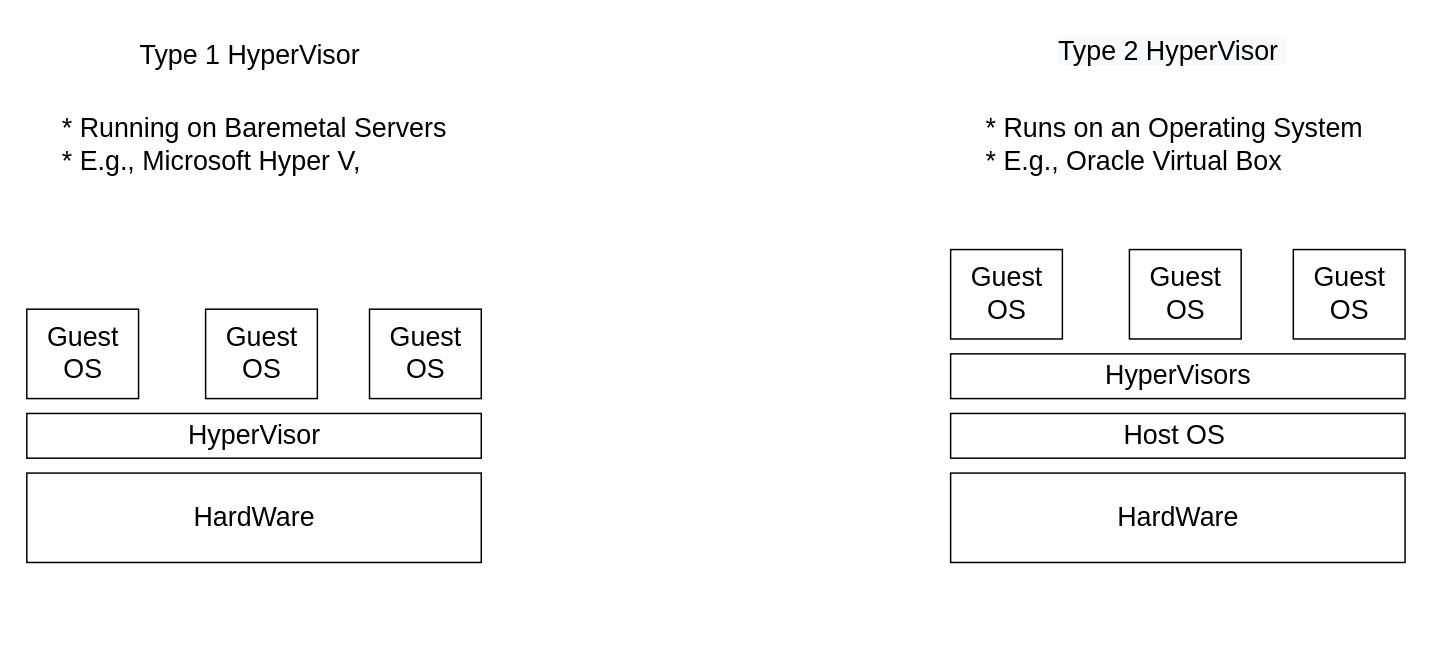
Before: Untitled Diagram.drawio in ashutosh-roy/Digrams-Draw.io, a draw.io diagram. Source tidied: cells renumbered, new cells numbered last; positions are measured from the earlier drawing's top-left corner, leaving out a move shared by most shapes. Both pictures are drawn from the tidied source at 149%, with x=0, y=0 at pixel (25, 25).
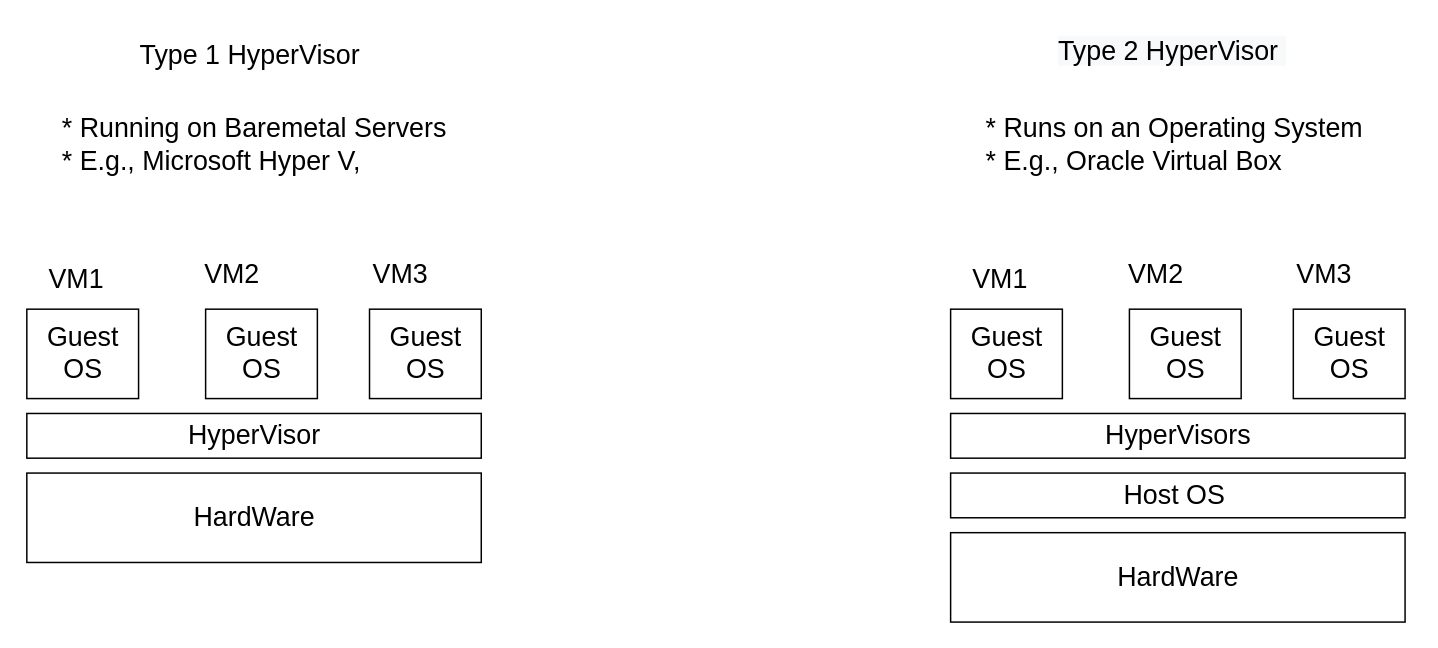
The same page after the edit.

Diff of the diagram source:
```diff
@@
     <mxCell id="2" value="&lt;font style=&quot;font-size: 18px;&quot;&gt;HardWare&lt;/font&gt;" style="rounded=0;whiteSpace=wrap;html=1;" parent="1" vertex="1">
-      <mxGeometry x="620.5" y="300" width="305" height="60" as="geometry" />
+      <mxGeometry x="620.5" y="340" width="305" height="60" as="geometry" />
     </mxCell>
@@
     <mxCell id="5" value="Host OS&amp;nbsp;" style="rounded=0;whiteSpace=wrap;html=1;fontSize=18;" parent="1" vertex="1">
-      <mxGeometry x="620.5" y="260" width="305" height="30" as="geometry" />
+      <mxGeometry x="620.5" y="300" width="305" height="30" as="geometry" />
     </mxCell>
     <mxCell id="6" value="HyperVisors" style="rounded=0;whiteSpace=wrap;html=1;fontSize=18;" parent="1" vertex="1">
-      <mxGeometry x="620.5" y="220" width="305" height="30" as="geometry" />
+      <mxGeometry x="620.5" y="260" width="305" height="30" as="geometry" />
     </mxCell>
-    <mxCell id="7" value="Guest OS" style="rounded=0;whiteSpace=wrap;html=1;fontSize=18;" parent="1" vertex="1">
-      <mxGeometry x="620.5" y="150" width="75" height="60" as="geometry" />
-    </mxCell>
-    <mxCell id="8" value="Guest OS" style="rounded=0;whiteSpace=wrap;html=1;fontSize=18;" parent="1" vertex="1">
-      <mxGeometry x="740.5" y="150" width="75" height="60" as="geometry" />
-    </mxCell>
-    <mxCell id="9" value="Guest OS" style="rounded=0;whiteSpace=wrap;html=1;fontSize=18;" parent="1" vertex="1">
-      <mxGeometry x="850.5" y="150" width="75" height="60" as="geometry" />
-    </mxCell>
@@
+    <mxCell id="17" value="VM1&amp;nbsp;" style="text;html=1;align=center;verticalAlign=middle;strokeColor=none;fillColor=none;fontSize=18;" parent="1" vertex="1">
+      <mxGeometry x="0.5" y="150" width="70" height="40" as="geometry" />
+    </mxCell>
+    <mxCell id="18" value="&lt;span style=&quot;text-align: center;&quot;&gt;VM2&lt;/span&gt;" style="text;whiteSpace=wrap;html=1;fontSize=18;" parent="1" vertex="1">
+      <mxGeometry x="118" y="150" width="80" height="50" as="geometry" />
+    </mxCell>
+    <mxCell id="19" value="&lt;span style=&quot;text-align: center;&quot;&gt;VM3&lt;/span&gt;" style="text;whiteSpace=wrap;html=1;fontSize=18;" parent="1" vertex="1">
+      <mxGeometry x="230.5" y="150" width="80" height="50" as="geometry" />
+    </mxCell>
+    <mxCell id="20" value="Guest OS" style="rounded=0;whiteSpace=wrap;html=1;fontSize=18;" parent="1" vertex="1">
+      <mxGeometry x="620.5" y="190" width="75" height="60" as="geometry" />
+    </mxCell>
+    <mxCell id="21" value="Guest OS" style="rounded=0;whiteSpace=wrap;html=1;fontSize=18;" parent="1" vertex="1">
+      <mxGeometry x="740.5" y="190" width="75" height="60" as="geometry" />
+    </mxCell>
+    <mxCell id="22" value="Guest OS" style="rounded=0;whiteSpace=wrap;html=1;fontSize=18;" parent="1" vertex="1">
+      <mxGeometry x="850.5" y="190" width="75" height="60" as="geometry" />
+    </mxCell>
+    <mxCell id="23" value="VM1&amp;nbsp;" style="text;html=1;align=center;verticalAlign=middle;strokeColor=none;fillColor=none;fontSize=18;" parent="1" vertex="1">
+      <mxGeometry x="620.5" y="150" width="70" height="40" as="geometry" />
+    </mxCell>
+    <mxCell id="24" value="&lt;span style=&quot;text-align: center;&quot;&gt;VM2&lt;/span&gt;" style="text;whiteSpace=wrap;html=1;fontSize=18;" parent="1" vertex="1">
+      <mxGeometry x="738" y="150" width="80" height="50" as="geometry" />
+    </mxCell>
+    <mxCell id="25" value="&lt;span style=&quot;text-align: center;&quot;&gt;VM3&lt;/span&gt;" style="text;whiteSpace=wrap;html=1;fontSize=18;" parent="1" vertex="1">
+      <mxGeometry x="850.5" y="150" width="80" height="50" as="geometry" />
+    </mxCell>
```
